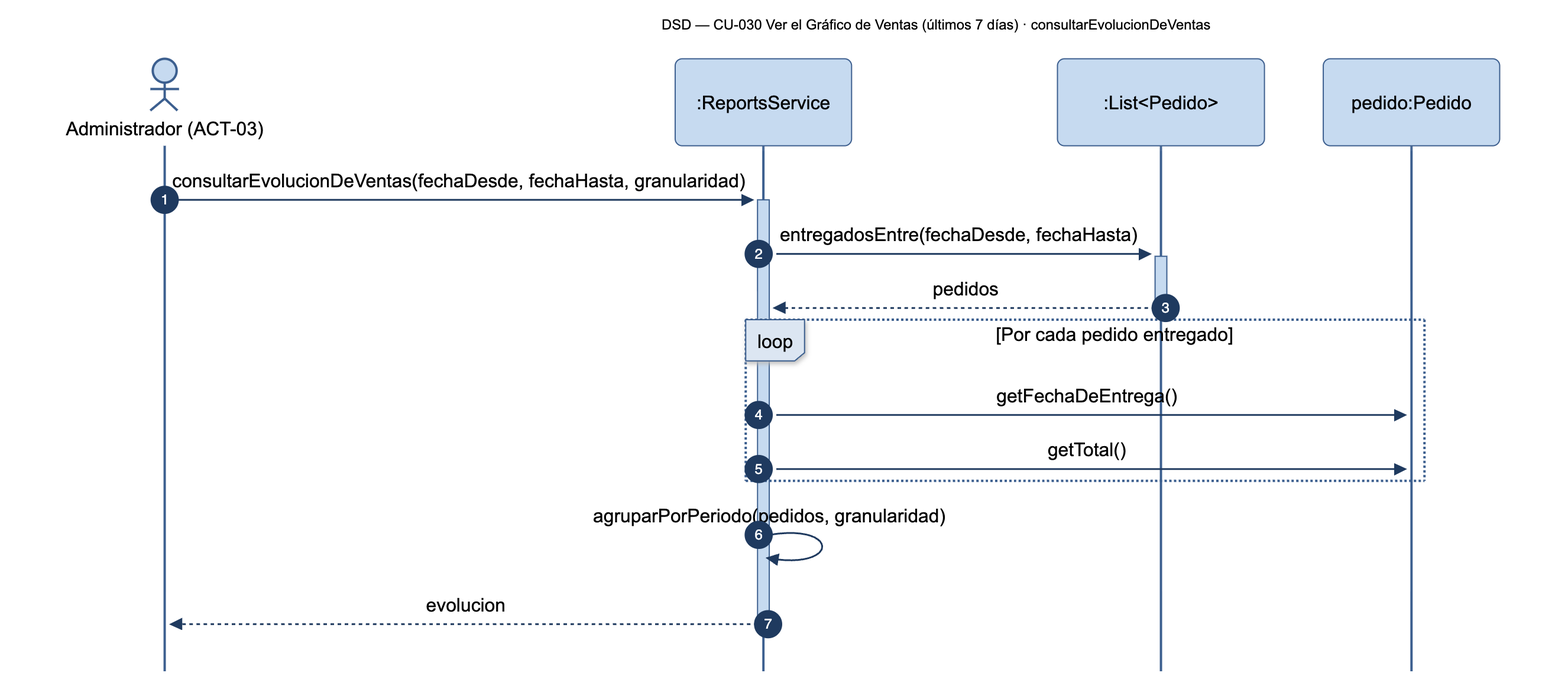
The Mermaid diagram diagramas/png/DSD_CU-030_consultarEvolucionDeVentas.png in Nahuelito-Dev/splg-docs, before a commit. Its source is kept beside it as diagramas/DSD_CU-030_consultarEvolucionDeVentas.mmd.
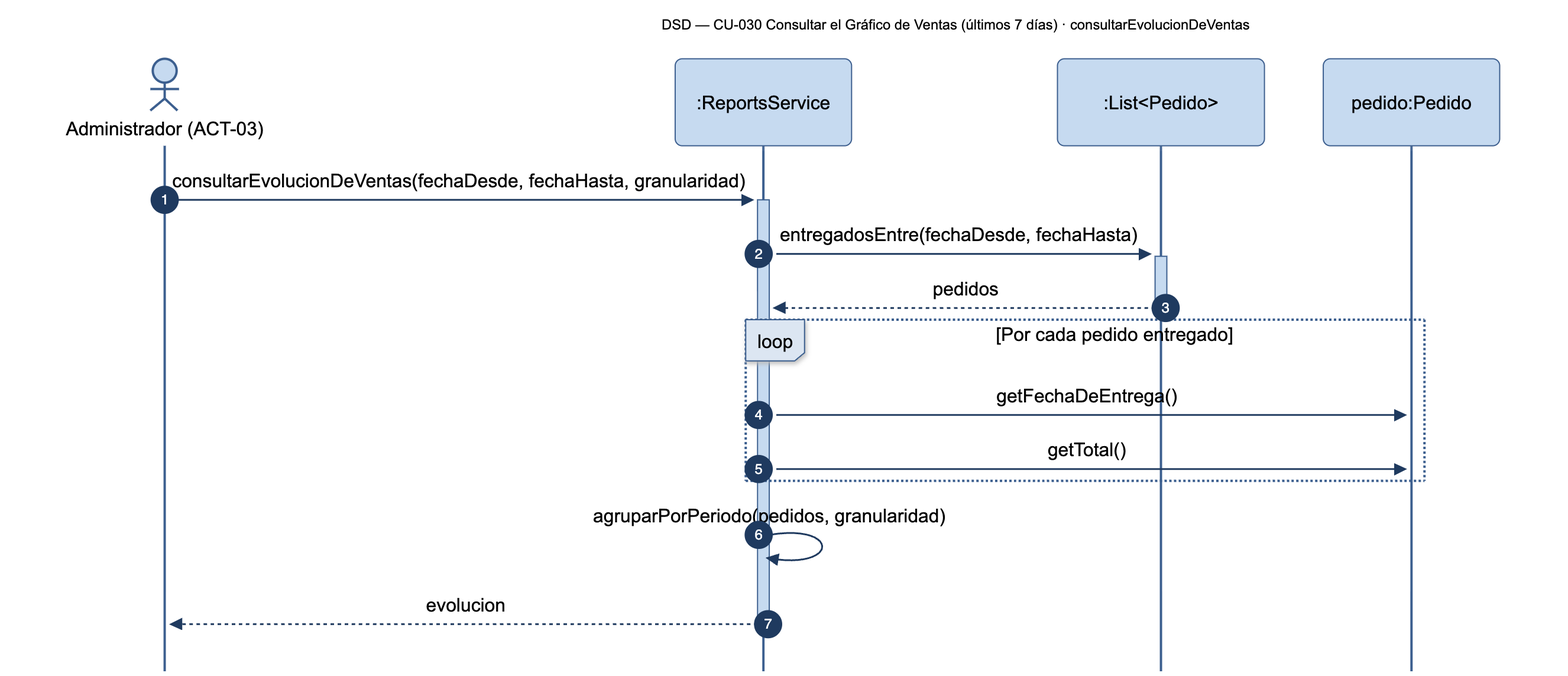
After the change.

Change to the diagram source:
```diff
@@ -1,5 +1,5 @@
 sequenceDiagram
-    title DSD — CU-030 Ver el Gráfico de Ventas (últimos 7 días) · consultarEvolucionDeVentas
+    title DSD — CU-030 Consultar el Gráfico de Ventas (últimos 7 días) · consultarEvolucionDeVentas
     autonumber
     actor ADM as Administrador (ACT-03)
     participant SRV as :ReportsService
```
